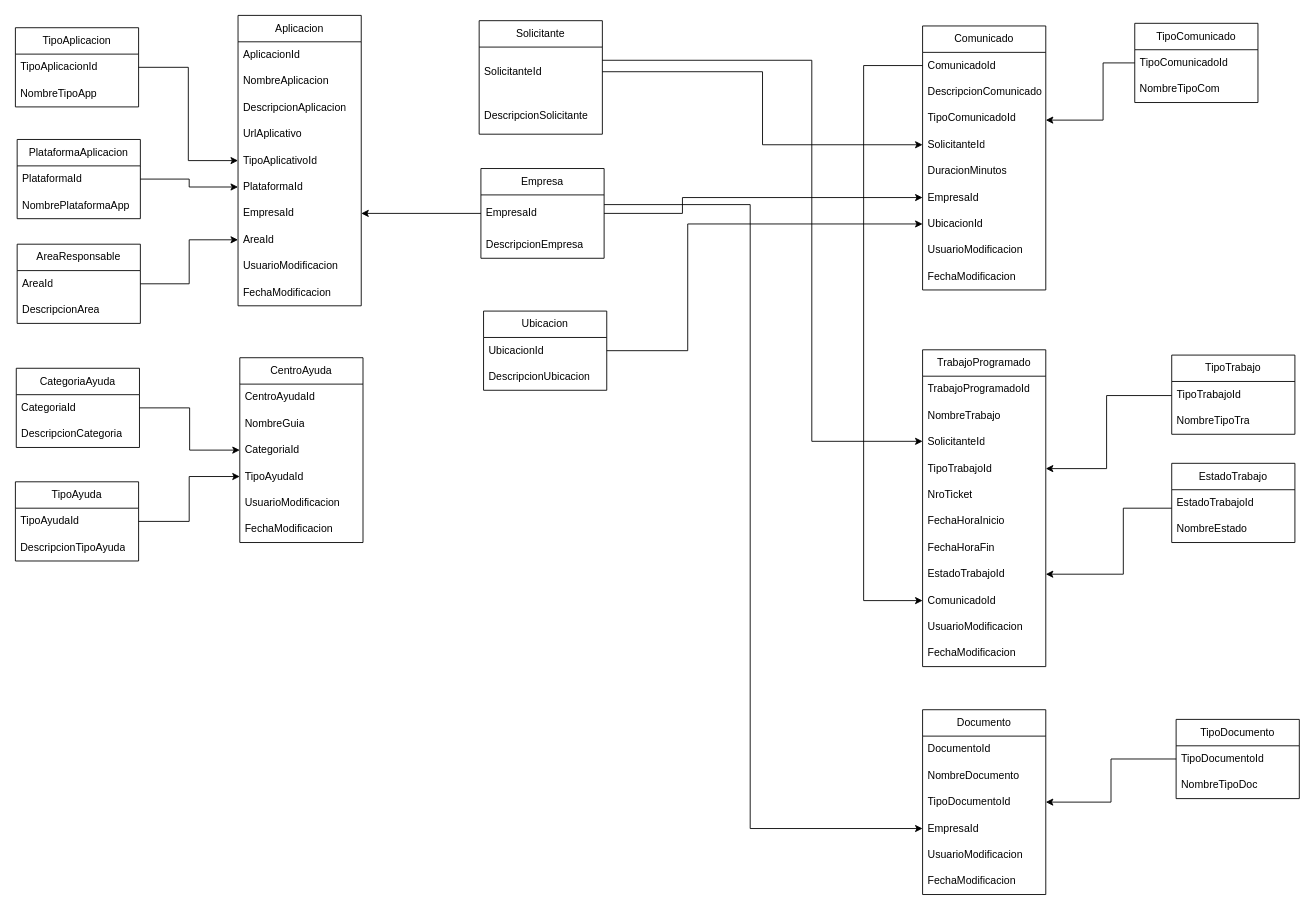
MateoR8/Modelado-de-BD---Portal-TI keeps this draw.io diagram as PortalTI.drawio. Above is the earlier version. Source tidied: cells renumbered, new cells numbered last; positions are measured from the earlier drawing's top-left corner, leaving out a move shared by most shapes. Both pictures are drawn from the tidied source at 88%, with x=0, y=0 at pixel (15, 15).
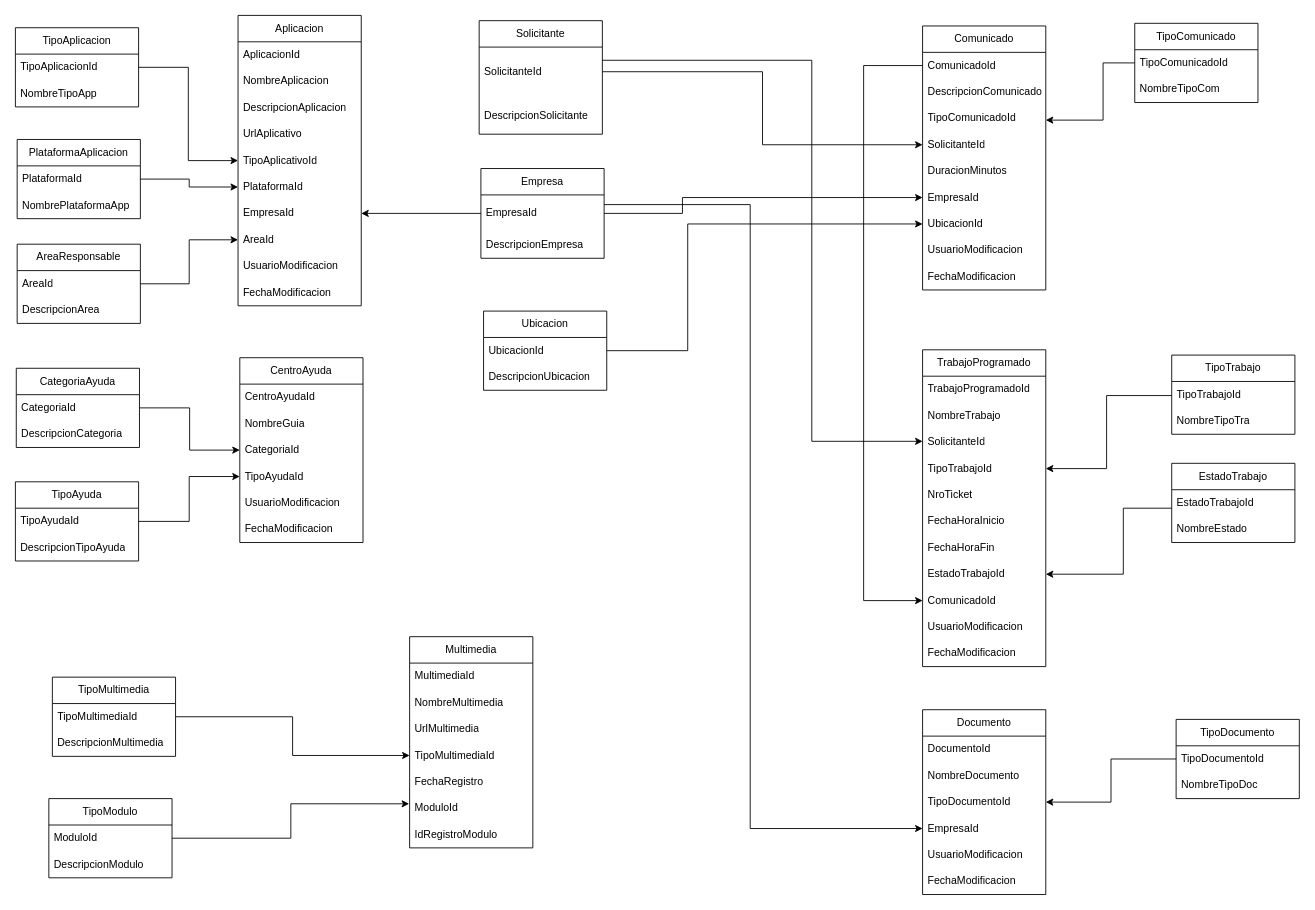
After the change.

The edit, as a diff of the source:
```diff
@@
+    <mxCell id="101" value="Multimedia" style="swimlane;fontStyle=0;horizontal=1;startSize=30;whiteSpace=wrap;html=1;" parent="1" vertex="1">
+      <mxGeometry x="448" y="706" width="140" height="240" as="geometry" />
+    </mxCell>
+    <mxCell id="102" value="MultimediaId" style="text;strokeColor=none;fillColor=none;align=left;verticalAlign=middle;spacingLeft=4;spacingRight=4;overflow=hidden;whiteSpace=wrap;html=1;" parent="101" vertex="1">
+      <mxGeometry y="30" width="140" height="30" as="geometry" />
+    </mxCell>
+    <mxCell id="103" value="NombreMultimedia" style="text;strokeColor=none;fillColor=none;align=left;verticalAlign=middle;spacingLeft=4;spacingRight=4;overflow=hidden;whiteSpace=wrap;html=1;" parent="101" vertex="1">
+      <mxGeometry y="60" width="140" height="30" as="geometry" />
+    </mxCell>
+    <mxCell id="104" value="UrlMultimedia" style="text;strokeColor=none;fillColor=none;align=left;verticalAlign=middle;spacingLeft=4;spacingRight=4;overflow=hidden;whiteSpace=wrap;html=1;" parent="101" vertex="1">
+      <mxGeometry y="90" width="140" height="30" as="geometry" />
+    </mxCell>
+    <mxCell id="105" value="TipoMultimediaId" style="text;strokeColor=none;fillColor=none;align=left;verticalAlign=middle;spacingLeft=4;spacingRight=4;overflow=hidden;points=[[0,0.5],[1,0.5]];portConstraint=eastwest;whiteSpace=wrap;html=1;" parent="101" vertex="1">
+      <mxGeometry y="120" width="140" height="30" as="geometry" />
+    </mxCell>
+    <mxCell id="106" value="FechaRegistro" style="text;strokeColor=none;fillColor=none;align=left;verticalAlign=middle;spacingLeft=4;spacingRight=4;overflow=hidden;whiteSpace=wrap;html=1;" parent="101" vertex="1">
+      <mxGeometry y="150" width="140" height="30" as="geometry" />
+    </mxCell>
+    <mxCell id="107" value="ModuloId&lt;span style=&quot;white-space: pre;&quot;&gt;&#9;&lt;/span&gt;" style="text;strokeColor=none;fillColor=none;align=left;verticalAlign=middle;spacingLeft=4;spacingRight=4;overflow=hidden;points=[[0,0.5],[1,0.5]];portConstraint=eastwest;whiteSpace=wrap;html=1;" parent="101" vertex="1">
+      <mxGeometry y="180" width="140" height="30" as="geometry" />
+    </mxCell>
+    <mxCell id="108" value="IdRegistroModulo" style="text;strokeColor=none;fillColor=none;align=left;verticalAlign=middle;spacingLeft=4;spacingRight=4;overflow=hidden;whiteSpace=wrap;html=1;" parent="101" vertex="1">
+      <mxGeometry y="210" width="140" height="30" as="geometry" />
+    </mxCell>
+    <mxCell id="109" value="TipoMultimedia" style="swimlane;fontStyle=0;horizontal=1;startSize=30;whiteSpace=wrap;html=1;" parent="1" vertex="1">
+      <mxGeometry x="42" y="752" width="140" height="90" as="geometry" />
+    </mxCell>
+    <mxCell id="110" value="TipoMultimediaId" style="text;strokeColor=none;fillColor=none;align=left;verticalAlign=middle;spacingLeft=4;spacingRight=4;overflow=hidden;points=[[0,0.5],[1,0.5]];portConstraint=eastwest;whiteSpace=wrap;html=1;" parent="109" vertex="1">
+      <mxGeometry y="30" width="140" height="30" as="geometry" />
+    </mxCell>
+    <mxCell id="111" value="DescripcionMultimedia" style="text;strokeColor=none;fillColor=none;align=left;verticalAlign=middle;spacingLeft=4;spacingRight=4;overflow=hidden;whiteSpace=wrap;html=1;" parent="109" vertex="1">
+      <mxGeometry y="60" width="140" height="30" as="geometry" />
+    </mxCell>
+    <mxCell id="112" style="edgeStyle=orthogonalEdgeStyle;rounded=0;jettySize=auto;html=1;entryX=0;entryY=0.5;entryDx=0;entryDy=0;" parent="1" edge="1" source="110" target="105">
+      <mxGeometry relative="1" as="geometry" />
+    </mxCell>
+    <mxCell id="113" value="TipoModulo" style="swimlane;fontStyle=0;horizontal=1;startSize=30;whiteSpace=wrap;html=1;" parent="1" vertex="1">
+      <mxGeometry x="38" y="890" width="140" height="90" as="geometry" />
+    </mxCell>
+    <mxCell id="114" value="ModuloId&lt;span style=&quot;white-space: pre;&quot;&gt;&#9;&lt;/span&gt;" style="text;strokeColor=none;fillColor=none;align=left;verticalAlign=middle;spacingLeft=4;spacingRight=4;overflow=hidden;points=[[0,0.5],[1,0.5]];portConstraint=eastwest;whiteSpace=wrap;html=1;" parent="113" vertex="1">
+      <mxGeometry y="30" width="140" height="30" as="geometry" />
+    </mxCell>
+    <mxCell id="115" value="DescripcionModulo" style="text;strokeColor=none;fillColor=none;align=left;verticalAlign=middle;spacingLeft=4;spacingRight=4;overflow=hidden;whiteSpace=wrap;html=1;" parent="113" vertex="1">
+      <mxGeometry y="60" width="140" height="30" as="geometry" />
+    </mxCell>
+    <mxCell id="116" style="edgeStyle=orthogonalEdgeStyle;rounded=0;jettySize=auto;html=1;entryX=-0.004;entryY=0.331;entryDx=0;entryDy=0;entryPerimeter=0;" parent="1" edge="1" source="114" target="107">
+      <mxGeometry relative="1" as="geometry" />
+    </mxCell>
```
